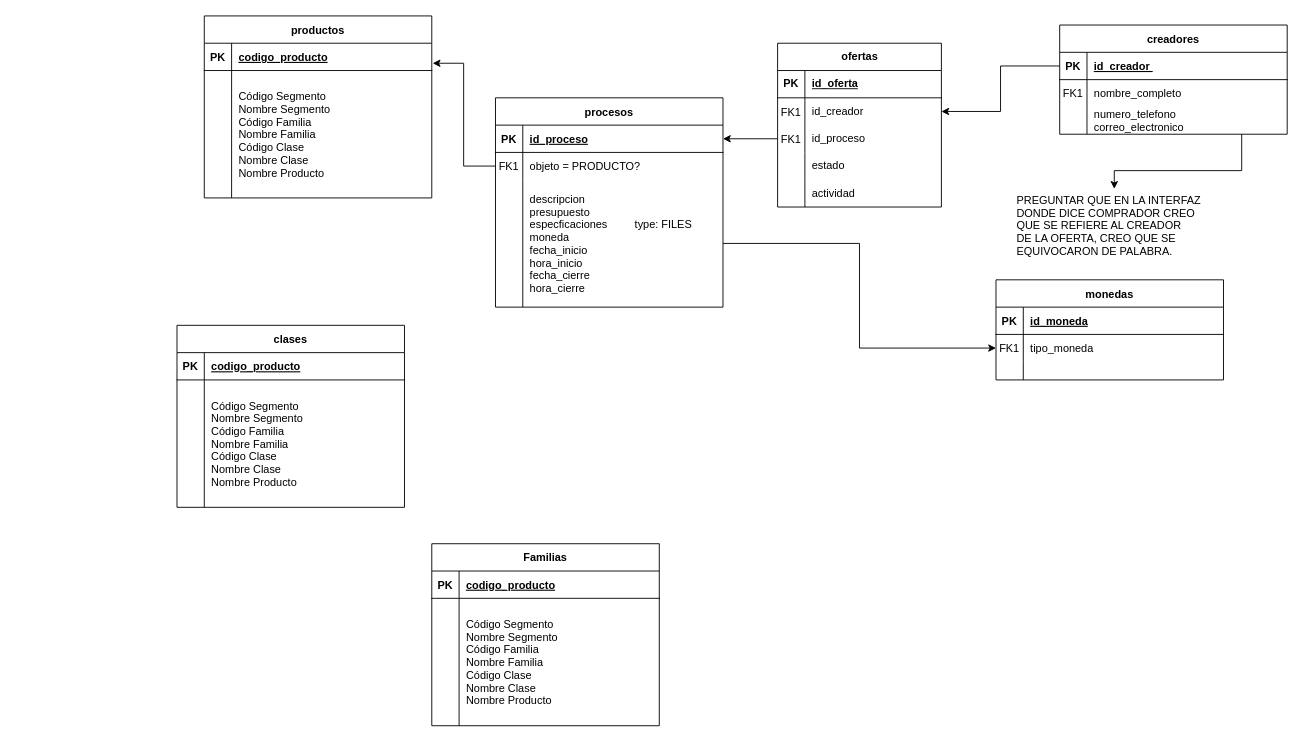
Before: Diagrama sin título.drawio in manueld1az/IMC, a draw.io diagram. Source tidied: cells renumbered, new cells numbered last; positions are measured from the earlier drawing's top-left corner, leaving out a move shared by most shapes. Both pictures are drawn from the tidied source at 91%, with x=0, y=0 at pixel (177, 15).
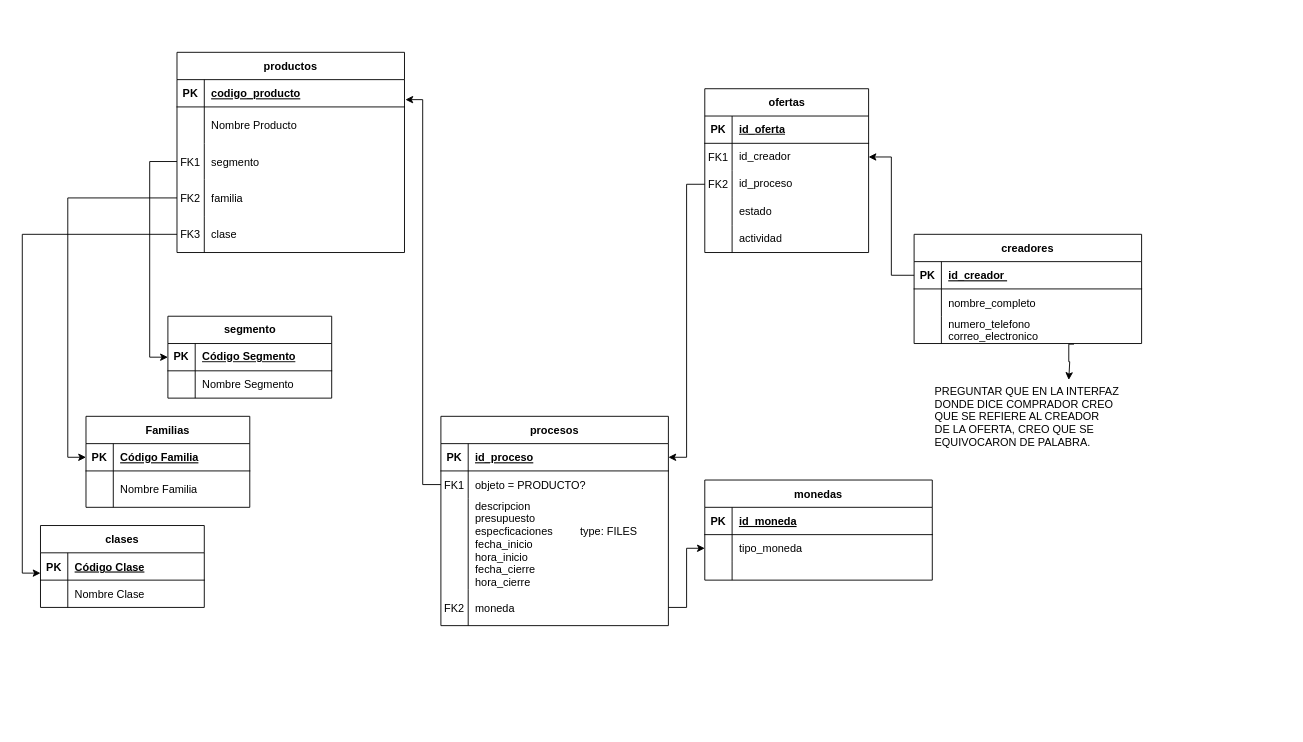
After the change.

The change refers to these unchanged cells:
```xml
<mxCell id="17" style="shape=partialRectangle;fillColor=none;points=[[0,0.5],[1,0.5]];portConstraint=eastwest;top=0;left=0;right=0;bottom=0;" parent="13" vertex="1">
  <mxGeometry y="60" width="250" height="30" as="geometry" />
</mxCell>
<mxCell id="27" style="shape=partialRectangle;fillColor=none;top=0;left=0;right=0;bottom=0;" parent="23" vertex="1">
  <mxGeometry y="60" width="250" height="30" as="geometry" />
</mxCell>
<mxCell id="30" style="shape=partialRectangle;fillColor=none;points=[[0,0.5],[1,0.5]];portConstraint=eastwest;top=0;left=0;right=0;bottom=0;" parent="23" vertex="1">
  <mxGeometry y="90" width="250" height="30" as="geometry" />
</mxCell>
```

Diff of the diagram source:
```diff
@@
     <mxCell id="3" value="procesos" style="shape=table;startSize=30;childLayout=tableLayout;rowLines=0;fontStyle=1;align=center;" parent="1" vertex="1">
-      <mxGeometry x="350" y="90" width="250" height="230" as="geometry" />
+      <mxGeometry x="290" y="440" width="250" height="230" as="geometry" />
     </mxCell>
@@
     <mxCell id="10" style="shape=partialRectangle;fillColor=none;points=[[0,0.5],[1,0.5]];portConstraint=eastwest;top=0;left=0;right=0;bottom=0;" parent="3" vertex="1">
-      <mxGeometry y="90" width="250" height="140" as="geometry" />
+      <mxGeometry y="90" width="250" height="100" as="geometry" />
     </mxCell>
     <mxCell id="11" style="shape=partialRectangle;overflow=hidden;fillColor=none;top=0;left=0;bottom=0;right=0;" parent="10" vertex="1">
-      <mxGeometry width="30" height="140" as="geometry" />
+      <mxGeometry width="30" height="100" as="geometry" />
     </mxCell>
-    <mxCell id="12" value="descripcion&#10;presupuesto&#10;especficaciones         type: FILES&#10;moneda &#10;fecha_inicio&#10;hora_inicio&#10;fecha_cierre&#10;hora_cierre" style="shape=partialRectangle;overflow=hidden;fillColor=none;top=0;left=0;bottom=0;right=0;align=left;spacingLeft=6;" parent="10" vertex="1">
-      <mxGeometry x="30" width="220" height="140" as="geometry" />
+    <mxCell id="12" value="descripcion&#10;presupuesto&#10;especficaciones         type: FILES&#10;fecha_inicio&#10;hora_inicio&#10;fecha_cierre&#10;hora_cierre" style="shape=partialRectangle;overflow=hidden;fillColor=none;top=0;left=0;bottom=0;right=0;align=left;spacingLeft=6;" parent="10" vertex="1">
+      <mxGeometry x="30" width="220" height="100" as="geometry" />
     </mxCell>
+    <mxCell id="80" style="shape=partialRectangle;fillColor=none;points=[[0,0.5],[1,0.5]];portConstraint=eastwest;top=0;left=0;right=0;bottom=0;" parent="3" vertex="1">
+      <mxGeometry y="190" width="250" height="40" as="geometry" />
+    </mxCell>
+    <mxCell id="81" value="FK2" style="shape=partialRectangle;overflow=hidden;fillColor=none;top=0;left=0;bottom=0;right=0;" parent="80" vertex="1">
+      <mxGeometry width="30" height="40" as="geometry" />
+    </mxCell>
+    <mxCell id="82" value="moneda" style="shape=partialRectangle;overflow=hidden;fillColor=none;top=0;left=0;bottom=0;right=0;align=left;spacingLeft=6;" parent="80" vertex="1">
+      <mxGeometry x="30" width="220" height="40" as="geometry" />
+    </mxCell>
     <mxCell id="13" value="monedas" style="shape=table;startSize=30;childLayout=tableLayout;rowLines=0;fontStyle=1;align=center;" parent="1" vertex="1">
-      <mxGeometry x="900" y="290" width="250" height="110" as="geometry" />
+      <mxGeometry x="580" y="510" width="250" height="110" as="geometry" />
     </mxCell>
@@
-    <mxCell id="18" value="FK1" style="shape=partialRectangle;overflow=hidden;fillColor=none;top=0;left=0;bottom=0;right=0;" parent="17" vertex="1">
+    <mxCell id="18" style="shape=partialRectangle;overflow=hidden;fillColor=none;top=0;left=0;bottom=0;right=0;" parent="17" vertex="1">
       <mxGeometry width="30" height="30" as="geometry" />
     </mxCell>
@@
     <mxCell id="23" value="creadores" style="shape=table;startSize=30;childLayout=tableLayout;rowLines=0;fontStyle=1;align=center;" parent="1" vertex="1">
-      <mxGeometry x="970" y="10" width="250" height="120" as="geometry" />
+      <mxGeometry x="810" y="240" width="250" height="120" as="geometry" />
     </mxCell>
@@
-    <mxCell id="28" value="FK1" style="shape=partialRectangle;overflow=hidden;fillColor=none;top=0;left=0;bottom=0;right=0;" parent="27" vertex="1">
+    <mxCell id="28" style="shape=partialRectangle;overflow=hidden;fillColor=none;top=0;left=0;bottom=0;right=0;" parent="27" vertex="1">
       <mxGeometry width="30" height="30" as="geometry" />
     </mxCell>
@@
     <mxCell id="33" value="productos" style="shape=table;startSize=30;childLayout=tableLayout;rowLines=0;fontStyle=1;align=center;" parent="1" vertex="1">
-      <mxGeometry x="30" width="250" height="200" as="geometry" />
+      <mxGeometry y="40" width="250" height="220" as="geometry" />
     </mxCell>
@@
     <mxCell id="37" style="shape=partialRectangle;fillColor=none;top=0;left=0;right=0;bottom=0;" parent="33" vertex="1">
-      <mxGeometry y="60" width="250" height="140" as="geometry" />
+      <mxGeometry y="60" width="250" height="40" as="geometry" />
     </mxCell>
     <mxCell id="38" style="shape=partialRectangle;overflow=hidden;fillColor=none;top=0;left=0;bottom=0;right=0;" parent="37" vertex="1">
-      <mxGeometry width="30" height="140" as="geometry" />
+      <mxGeometry width="30" height="40" as="geometry" />
     </mxCell>
-    <mxCell id="39" value="Código Segmento&#10;Nombre Segmento&#10;Código Familia&#10;Nombre Familia&#10;Código Clase&#10;Nombre Clase&#10;Nombre Producto" style="shape=partialRectangle;overflow=hidden;fillColor=none;top=0;left=0;bottom=0;right=0;align=left;spacingLeft=6;" parent="37" vertex="1">
-      <mxGeometry x="30" width="220" height="140" as="geometry" />
+    <mxCell id="39" value="Nombre Producto" style="shape=partialRectangle;overflow=hidden;fillColor=none;top=0;left=0;bottom=0;right=0;align=left;spacingLeft=6;" parent="37" vertex="1">
+      <mxGeometry x="30" width="220" height="40" as="geometry" />
     </mxCell>
+    <mxCell id="83" style="shape=partialRectangle;fillColor=none;points=[[0,0.5],[1,0.5]];portConstraint=eastwest;top=0;left=0;right=0;bottom=0;" parent="33" vertex="1">
+      <mxGeometry y="100" width="250" height="40" as="geometry" />
+    </mxCell>
+    <mxCell id="84" value="FK1" style="shape=partialRectangle;overflow=hidden;fillColor=none;top=0;left=0;bottom=0;right=0;" parent="83" vertex="1">
+      <mxGeometry width="30" height="40" as="geometry" />
+    </mxCell>
+    <mxCell id="85" value="segmento" style="shape=partialRectangle;overflow=hidden;fillColor=none;top=0;left=0;bottom=0;right=0;align=left;spacingLeft=6;" parent="83" vertex="1">
+      <mxGeometry x="30" width="220" height="40" as="geometry" />
+    </mxCell>
+    <mxCell id="86" style="shape=partialRectangle;fillColor=none;points=[[0,0.5],[1,0.5]];portConstraint=eastwest;top=0;left=0;right=0;bottom=0;" parent="33" vertex="1">
+      <mxGeometry y="140" width="250" height="40" as="geometry" />
+    </mxCell>
+    <mxCell id="87" value="FK2" style="shape=partialRectangle;overflow=hidden;fillColor=none;top=0;left=0;bottom=0;right=0;" parent="86" vertex="1">
+      <mxGeometry width="30" height="40" as="geometry" />
+    </mxCell>
+    <mxCell id="88" value="familia" style="shape=partialRectangle;overflow=hidden;fillColor=none;top=0;left=0;bottom=0;right=0;align=left;spacingLeft=6;" parent="86" vertex="1">
+      <mxGeometry x="30" width="220" height="40" as="geometry" />
+    </mxCell>
+    <mxCell id="89" style="shape=partialRectangle;fillColor=none;points=[[0,0.5],[1,0.5]];portConstraint=eastwest;top=0;left=0;right=0;bottom=0;" parent="33" vertex="1">
+      <mxGeometry y="180" width="250" height="40" as="geometry" />
+    </mxCell>
+    <mxCell id="90" value="FK3" style="shape=partialRectangle;overflow=hidden;fillColor=none;top=0;left=0;bottom=0;right=0;" parent="89" vertex="1">
+      <mxGeometry width="30" height="40" as="geometry" />
+    </mxCell>
+    <mxCell id="91" value="clase" style="shape=partialRectangle;overflow=hidden;fillColor=none;top=0;left=0;bottom=0;right=0;align=left;spacingLeft=6;" parent="89" vertex="1">
+      <mxGeometry x="30" width="220" height="40" as="geometry" />
+    </mxCell>
     <mxCell id="40" value="clases" style="shape=table;startSize=30;childLayout=tableLayout;rowLines=0;fontStyle=1;align=center;" parent="1" vertex="1">
-      <mxGeometry y="340" width="250" height="200" as="geometry" />
+      <mxGeometry x="-150" y="560" width="180" height="90" as="geometry" />
     </mxCell>
     <mxCell id="41" style="shape=partialRectangle;fillColor=none;points=[[0,0.5],[1,0.5]];portConstraint=eastwest;top=0;left=0;right=0;bottom=1;" parent="40" vertex="1">
-      <mxGeometry y="30" width="250" height="30" as="geometry" />
+      <mxGeometry y="30" width="180" height="30" as="geometry" />
     </mxCell>
@@
-    <mxCell id="43" value="codigo_producto" style="shape=partialRectangle;overflow=hidden;fillColor=none;top=0;left=0;bottom=0;right=0;align=left;spacingLeft=6;fontStyle=5;" parent="41" vertex="1">
-      <mxGeometry x="30" width="220" height="30" as="geometry" />
+    <mxCell id="43" value="Código Clase" style="shape=partialRectangle;overflow=hidden;fillColor=none;top=0;left=0;bottom=0;right=0;align=left;spacingLeft=6;fontStyle=5;" parent="41" vertex="1">
+      <mxGeometry x="30" width="150" height="30" as="geometry" />
     </mxCell>
     <mxCell id="44" style="shape=partialRectangle;fillColor=none;top=0;left=0;right=0;bottom=0;" parent="40" vertex="1">
-      <mxGeometry y="60" width="250" height="140" as="geometry" />
+      <mxGeometry y="60" width="180" height="30" as="geometry" />
     </mxCell>
     <mxCell id="45" style="shape=partialRectangle;overflow=hidden;fillColor=none;top=0;left=0;bottom=0;right=0;" parent="44" vertex="1">
-      <mxGeometry width="30" height="140" as="geometry" />
+      <mxGeometry width="30" height="30" as="geometry" />
     </mxCell>
-    <mxCell id="46" value="Código Segmento&#10;Nombre Segmento&#10;Código Familia&#10;Nombre Familia&#10;Código Clase&#10;Nombre Clase&#10;Nombre Producto" style="shape=partialRectangle;overflow=hidden;fillColor=none;top=0;left=0;bottom=0;right=0;align=left;spacingLeft=6;" parent="44" vertex="1">
-      <mxGeometry x="30" width="220" height="140" as="geometry" />
+    <mxCell id="46" value="Nombre Clase" style="shape=partialRectangle;overflow=hidden;fillColor=none;top=0;left=0;bottom=0;right=0;align=left;spacingLeft=6;" parent="44" vertex="1">
+      <mxGeometry x="30" width="150" height="30" as="geometry" />
     </mxCell>
     <mxCell id="47" value="Familias" style="shape=table;startSize=30;childLayout=tableLayout;rowLines=0;fontStyle=1;align=center;" parent="1" vertex="1">
-      <mxGeometry x="280" y="580" width="250" height="200" as="geometry" />
+      <mxGeometry x="-100" y="440" width="180" height="100" as="geometry" />
     </mxCell>
     <mxCell id="48" style="shape=partialRectangle;fillColor=none;points=[[0,0.5],[1,0.5]];portConstraint=eastwest;top=0;left=0;right=0;bottom=1;" parent="47" vertex="1">
-      <mxGeometry y="30" width="250" height="30" as="geometry" />
+      <mxGeometry y="30" width="180" height="30" as="geometry" />
     </mxCell>
@@
-    <mxCell id="50" value="codigo_producto" style="shape=partialRectangle;overflow=hidden;fillColor=none;top=0;left=0;bottom=0;right=0;align=left;spacingLeft=6;fontStyle=5;" parent="48" vertex="1">
-      <mxGeometry x="30" width="220" height="30" as="geometry" />
+    <mxCell id="50" value="Código Familia" style="shape=partialRectangle;overflow=hidden;fillColor=none;top=0;left=0;bottom=0;right=0;align=left;spacingLeft=6;fontStyle=5;" parent="48" vertex="1">
+      <mxGeometry x="30" width="150" height="30" as="geometry" />
     </mxCell>
     <mxCell id="51" style="shape=partialRectangle;fillColor=none;top=0;left=0;right=0;bottom=0;" parent="47" vertex="1">
-      <mxGeometry y="60" width="250" height="140" as="geometry" />
+      <mxGeometry y="60" width="180" height="40" as="geometry" />
     </mxCell>
     <mxCell id="52" style="shape=partialRectangle;overflow=hidden;fillColor=none;top=0;left=0;bottom=0;right=0;" parent="51" vertex="1">
-      <mxGeometry width="30" height="140" as="geometry" />
+      <mxGeometry width="30" height="40" as="geometry" />
     </mxCell>
-    <mxCell id="53" value="Código Segmento&#10;Nombre Segmento&#10;Código Familia&#10;Nombre Familia&#10;Código Clase&#10;Nombre Clase&#10;Nombre Producto" style="shape=partialRectangle;overflow=hidden;fillColor=none;top=0;left=0;bottom=0;right=0;align=left;spacingLeft=6;" parent="51" vertex="1">
-      <mxGeometry x="30" width="220" height="140" as="geometry" />
+    <mxCell id="53" value="Nombre Familia" style="shape=partialRectangle;overflow=hidden;fillColor=none;top=0;left=0;bottom=0;right=0;align=left;spacingLeft=6;" parent="51" vertex="1">
+      <mxGeometry x="30" width="150" height="40" as="geometry" />
     </mxCell>
-    <mxCell id="54" style="edgeStyle=orthogonalEdgeStyle;rounded=0;jettySize=auto;html=1;entryX=0;entryY=0.5;entryDx=0;entryDy=0;" parent="1" edge="1" source="10" target="17">
+    <mxCell id="54" style="edgeStyle=orthogonalEdgeStyle;rounded=0;jettySize=auto;html=1;entryX=0;entryY=0.5;entryDx=0;entryDy=0;exitX=1;exitY=0.5;exitDx=0;exitDy=0;" parent="1" edge="1" source="80" target="17">
       <mxGeometry relative="1" as="geometry" />
     </mxCell>
@@
     <mxCell id="56" value="PREGUNTAR QUE EN LA INTERFAZ &#10;DONDE DICE COMPRADOR CREO &#10;QUE SE REFIERE AL CREADOR&#10;DE LA OFERTA, CREO QUE SE &#10;EQUIVOCARON DE PALABRA." style="shape=partialRectangle;overflow=hidden;fillColor=none;top=0;left=0;bottom=0;right=0;align=left;spacingLeft=6;" parent="1" vertex="1">
-      <mxGeometry x="915" y="180" width="220" height="100" as="geometry" />
+      <mxGeometry x="825" y="390" width="220" height="100" as="geometry" />
     </mxCell>
-    <mxCell id="57" style="edgeStyle=orthogonalEdgeStyle;rounded=0;jettySize=auto;html=1;" parent="1" edge="1" source="30">
+    <mxCell id="57" style="edgeStyle=orthogonalEdgeStyle;rounded=0;jettySize=auto;html=1;exitX=0.703;exitY=1.022;exitDx=0;exitDy=0;exitPerimeter=0;" parent="1" edge="1" source="30">
       <mxGeometry relative="1" as="geometry">
-        <mxPoint x="1030" y="190" as="targetPoint" />
+        <mxPoint x="980" y="400" as="targetPoint" />
         <Array as="points">
-          <mxPoint x="1170" y="145" />
-          <mxPoint x="1170" y="170" />
-          <mxPoint x="1031" y="170" />
+          <mxPoint x="980" y="361" />
+          <mxPoint x="980" y="380" />
+          <mxPoint x="981" y="380" />
+          <mxPoint x="981" y="400" />
         </Array>
       </mxGeometry>
     </mxCell>
     <mxCell id="58" style="group;" parent="1" vertex="1">
-      <mxGeometry x="660" y="30" width="180" height="150" as="geometry" />
+      <mxGeometry x="580" y="80" width="180" height="150" as="geometry" />
     </mxCell>
@@
-    <mxCell id="78" value="FK1" style="shape=partialRectangle;overflow=hidden;fillColor=none;top=0;left=0;bottom=0;right=0;" parent="58" vertex="1">
+    <mxCell id="78" value="FK2" style="shape=partialRectangle;overflow=hidden;fillColor=none;top=0;left=0;bottom=0;right=0;" parent="58" vertex="1">
       <mxGeometry y="90" width="30" height="30" as="geometry" />
     </mxCell>
@@
+    <mxCell id="92" value="segmento" style="shape=table;startSize=30;childLayout=tableLayout;rowLines=0;fontStyle=1;align=center;html=1;" parent="1" vertex="1">
+      <mxGeometry x="-10" y="330" width="180" height="90" as="geometry" />
+    </mxCell>
+    <mxCell id="93" style="shape=tableRow;horizontal=0;startSize=0;swimlaneHead=0;swimlaneBody=0;fillColor=none;points=[[0,0.5],[1,0.5]];portConstraint=eastwest;top=0;left=0;right=0;bottom=1;" parent="92" vertex="1">
+      <mxGeometry y="30" width="180" height="30" as="geometry" />
+    </mxCell>
+    <mxCell id="94" value="PK" style="shape=partialRectangle;fillColor=none;top=0;left=0;bottom=0;right=0;fontStyle=1;overflow=hidden;whiteSpace=wrap;html=1;" parent="93" vertex="1">
+      <mxGeometry width="30" height="30" as="geometry" />
+    </mxCell>
+    <mxCell id="95" value="Código Segmento" style="shape=partialRectangle;fillColor=none;top=0;left=0;bottom=0;right=0;align=left;spacingLeft=6;fontStyle=5;overflow=hidden;whiteSpace=wrap;html=1;" parent="93" vertex="1">
+      <mxGeometry x="30" width="150" height="30" as="geometry" />
+    </mxCell>
+    <mxCell id="96" style="shape=tableRow;horizontal=0;startSize=0;swimlaneHead=0;swimlaneBody=0;fillColor=none;top=0;left=0;right=0;bottom=0;" parent="92" vertex="1">
+      <mxGeometry y="60" width="180" height="30" as="geometry" />
+    </mxCell>
+    <mxCell id="97" style="shape=partialRectangle;fillColor=none;top=0;left=0;bottom=0;right=0;overflow=hidden;whiteSpace=wrap;html=1;" parent="96" vertex="1">
+      <mxGeometry width="30" height="30" as="geometry" />
+    </mxCell>
+    <mxCell id="98" value="Nombre Segmento" style="shape=partialRectangle;fillColor=none;top=0;left=0;bottom=0;right=0;align=left;spacingLeft=6;overflow=hidden;whiteSpace=wrap;html=1;" parent="96" vertex="1">
+      <mxGeometry x="30" width="150" height="30" as="geometry" />
+    </mxCell>
+    <mxCell id="99" style="edgeStyle=orthogonalEdgeStyle;rounded=0;jettySize=auto;html=1;entryX=0;entryY=0.5;entryDx=0;entryDy=0;" parent="1" edge="1" source="83" target="93">
+      <mxGeometry relative="1" as="geometry" />
+    </mxCell>
+    <mxCell id="100" style="edgeStyle=orthogonalEdgeStyle;rounded=0;jettySize=auto;html=1;entryX=0;entryY=0.5;entryDx=0;entryDy=0;" parent="1" edge="1" source="86" target="48">
+      <mxGeometry relative="1" as="geometry" />
+    </mxCell>
+    <mxCell id="101" style="edgeStyle=orthogonalEdgeStyle;rounded=0;jettySize=auto;html=1;entryX=0;entryY=0.744;entryDx=0;entryDy=0;entryPerimeter=0;" parent="1" edge="1" source="89" target="41">
+      <mxGeometry relative="1" as="geometry" />
+    </mxCell>
```
